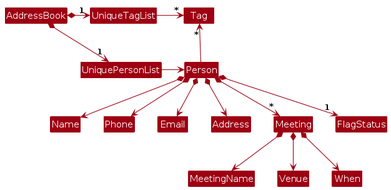
AY2526S1-CS2103-F10-1/tp keeps this PlantUML diagram as diagrams/BetterModelClassDiagram.png. Above is the earlier version. Its source is kept beside it as diagrams/BetterModelClassDiagram.puml.
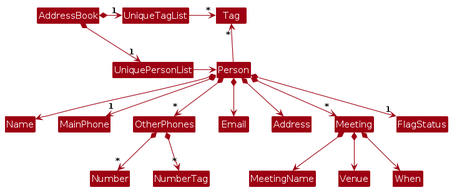
The same diagram one commit later.

Change to the diagram source:
```diff
@@ -4,8 +4,8 @@
 skinparam arrowColor MODEL_COLOR
 skinparam classBackgroundColor MODEL_COLOR
 
+AddressBook *-right-> "1" UniqueTagList
 AddressBook *-right-> "1" UniquePersonList
-AddressBook *-right-> "1" UniqueTagList
 UniqueTagList -[hidden]down- UniquePersonList
 UniqueTagList -[hidden]down- UniquePersonList
 
@@ -15,7 +15,8 @@
 Person -up-> "*" Tag
 
 Person *--> Name
-Person *--> Phone
+Person *--> "1" MainPhone
+Person *--> "*" OtherPhones
 Person *--> Email
 Person *--> Address
 Person *--> "*" Meeting
@@ -24,4 +25,7 @@
 Meeting *--> Venue
 Meeting *--> When
 
+OtherPhones *--> "*" Number
+OtherPhones *--> "*" NumberTag
+
 @enduml
```
